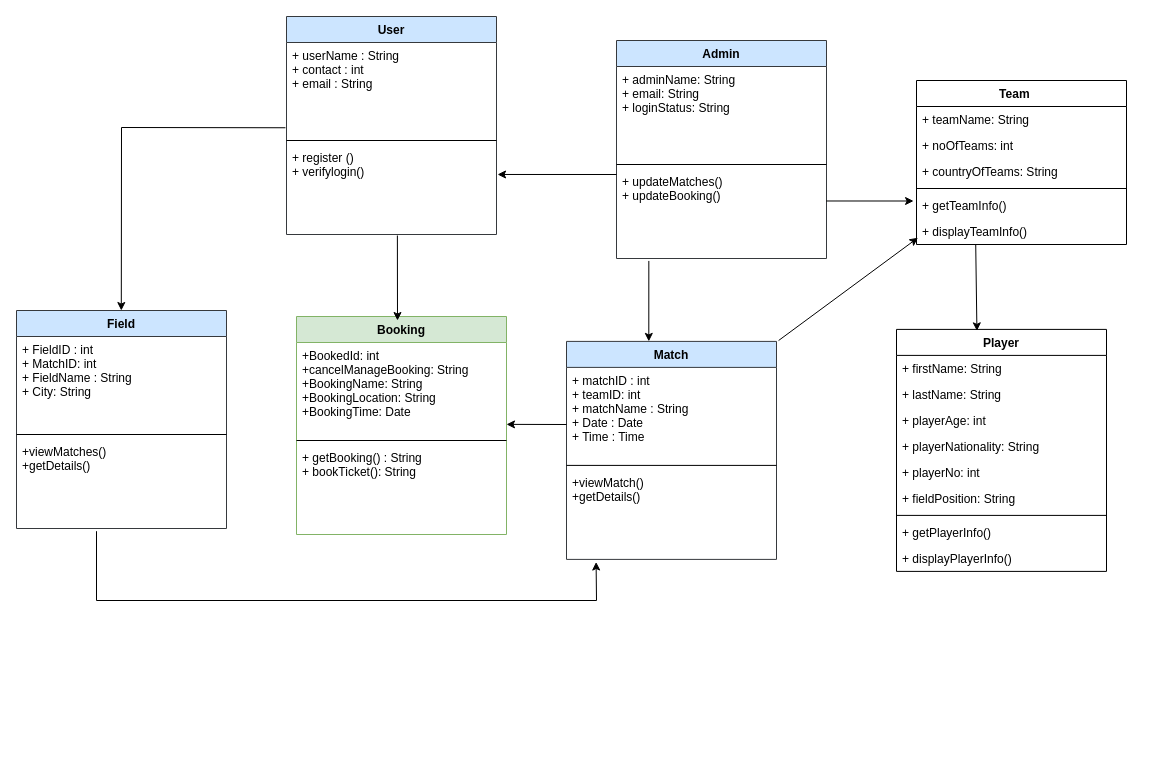
The draw.io diagram page "Use_Class_v2" (2 of 2) of SES_Class.drawio in mlvl974/SportsEventSystem, before the edit. Source tidied: cells renumbered, new cells numbered last; positions are measured from the earlier drawing's top-left corner, leaving out a move shared by most shapes. Both pictures are drawn from the tidied source at 100%, with x=0, y=0 at pixel (16, 16).
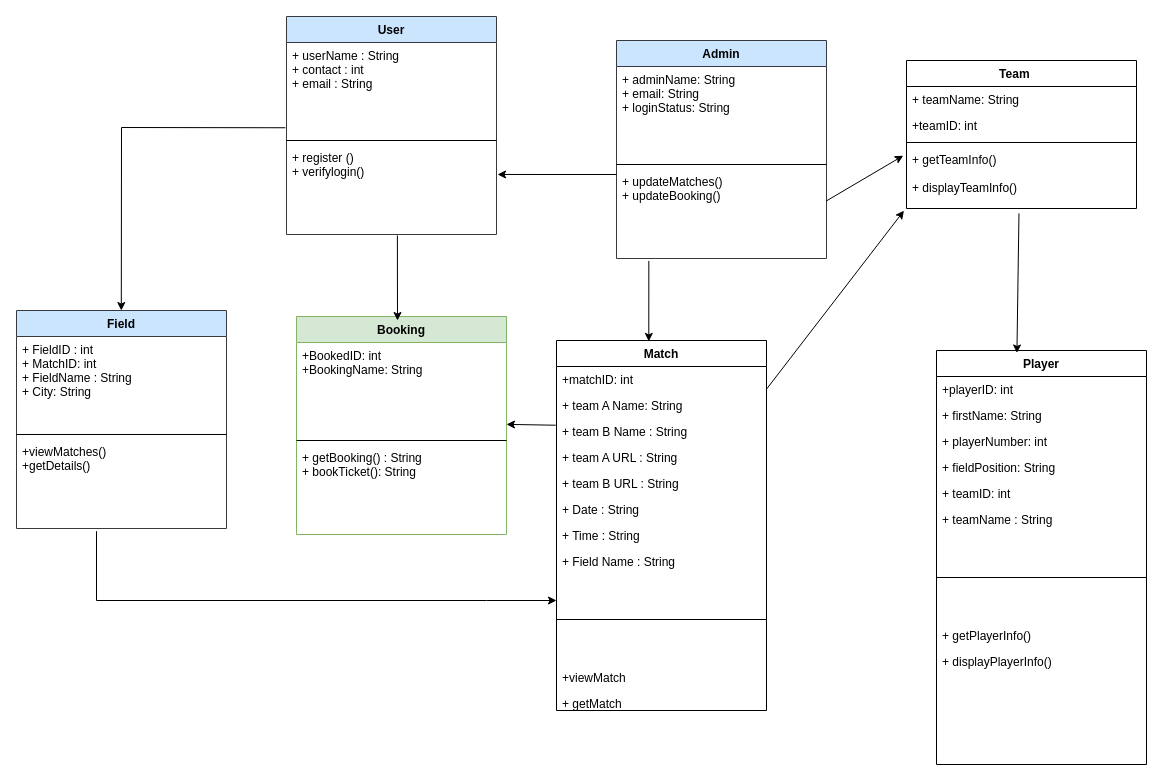
After the change.

The change refers to these unchanged cells:
```xml
<mxCell id="14" value="Booking" style="swimlane;fontStyle=1;align=center;verticalAlign=top;horizontal=1;startSize=26;fillColor=#d5e8d4;strokeColor=#82b366;" parent="1" vertex="1">
  <mxGeometry x="280" y="300" width="210" height="218" as="geometry" />
</mxCell>
<mxCell id="25" value="+viewMatches()&#10;+getDetails()" style="text;strokeColor=none;fillColor=none;align=left;verticalAlign=top;spacingLeft=4;spacingRight=4;overflow=hidden;points=[[0,0.5],[1,0.5]];portConstraint=eastwest;" parent="22" vertex="1">
  <mxGeometry y="128" width="210" height="90" as="geometry" />
</mxCell>
```

The edit, as a diff of the source:
```diff
@@
-    <mxCell id="10" value="Match" style="swimlane;fontStyle=1;align=center;verticalAlign=top;horizontal=1;startSize=26;fillColor=#cce5ff;strokeColor=#36393d;" parent="1" vertex="1">
-      <mxGeometry x="550" y="324.9" width="210" height="218" as="geometry" />
-    </mxCell>
-    <mxCell id="11" value="+ matchID : int&#10;+ teamID: int&#10;+ matchName : String&#10;+ Date : Date&#10;+ Time : Time&#10;" style="text;strokeColor=none;fillColor=none;align=left;verticalAlign=top;spacingLeft=4;spacingRight=4;overflow=hidden;" parent="10" vertex="1">
-      <mxGeometry y="26" width="210" height="94" as="geometry" />
-    </mxCell>
-    <mxCell id="12" style="line;strokeWidth=1;fillColor=none;align=left;verticalAlign=middle;spacingTop=-1;spacingLeft=3;spacingRight=3;labelPosition=right;" parent="10" vertex="1">
-      <mxGeometry y="120" width="210" height="8" as="geometry" />
-    </mxCell>
-    <mxCell id="13" value="+viewMatch()&#10;+getDetails()" style="text;strokeColor=none;fillColor=none;align=left;verticalAlign=top;spacingLeft=4;spacingRight=4;overflow=hidden;points=[[0,0.5],[1,0.5]];portConstraint=eastwest;" parent="10" vertex="1">
-      <mxGeometry y="128" width="210" height="90" as="geometry" />
-    </mxCell>
@@
-    <mxCell id="15" value="+BookedId: int&#10;+cancelManageBooking: String&#10;+BookingName: String&#10;+BookingLocation: String&#10;+BookingTime: Date&#10;" style="text;strokeColor=none;fillColor=none;align=left;verticalAlign=top;spacingLeft=4;spacingRight=4;overflow=hidden;points=[[0,0.5],[1,0.5]];portConstraint=eastwest;" parent="14" vertex="1">
+    <mxCell id="15" value="+BookedID: int&#10;+BookingName: String&#10;&#10;&#10;" style="text;strokeColor=none;fillColor=none;align=left;verticalAlign=top;spacingLeft=4;spacingRight=4;overflow=hidden;points=[[0,0.5],[1,0.5]];portConstraint=eastwest;" parent="14" vertex="1">
       <mxGeometry y="26" width="210" height="94" as="geometry" />
     </mxCell>
@@
-    <mxCell id="19" style="endArrow=classic;html=1;rounded=0;entryX=1;entryY=0.871;entryDx=0;entryDy=0;entryPerimeter=0;" parent="1" edge="1" target="15">
-      <mxGeometry relative="1" as="geometry">
-        <mxPoint x="550" y="408" as="sourcePoint" />
-      </mxGeometry>
+    <mxCell id="19" style="endArrow=classic;html=1;rounded=0;entryX=1;entryY=0.871;entryDx=0;entryDy=0;entryPerimeter=0;exitX=-0.004;exitY=0.259;exitDx=0;exitDy=0;exitPerimeter=0;" parent="1" edge="1" source="52" target="15">
+      <mxGeometry relative="1" as="geometry" />
     </mxCell>
@@
-    <mxCell id="27" style="endArrow=classic;html=1;rounded=0;entryX=0.141;entryY=1.029;entryDx=0;entryDy=0;entryPerimeter=0;exitX=0.381;exitY=1.03;exitDx=0;exitDy=0;exitPerimeter=0;" parent="1" edge="1" source="25" target="13">
+    <mxCell id="27" style="endArrow=classic;html=1;rounded=0;exitX=0.381;exitY=1.03;exitDx=0;exitDy=0;exitPerimeter=0;" parent="1" edge="1" source="25">
       <mxGeometry relative="1" as="geometry">
+        <mxPoint x="540" y="584" as="targetPoint" />
         <Array as="points">
           <mxPoint x="80" y="584" />
-          <mxPoint x="580" y="584" />
+          <mxPoint x="470" y="584" />
         </Array>
       </mxGeometry>
     </mxCell>
     <mxCell id="28" value="Player" style="swimlane;fontStyle=1;align=center;verticalAlign=top;horizontal=1;startSize=26;" parent="1" vertex="1">
-      <mxGeometry x="880" y="312.9" width="210" height="242" as="geometry" />
+      <mxGeometry x="920" y="334" width="210" height="414" as="geometry" />
     </mxCell>
+    <mxCell id="33" value="+playerID: int" style="text;strokeColor=none;fillColor=none;align=left;verticalAlign=top;spacingLeft=4;spacingRight=4;overflow=hidden;" parent="28" vertex="1">
+      <mxGeometry y="26" width="210" height="26" as="geometry" />
+    </mxCell>
     <mxCell id="29" value="+ firstName: String" style="text;strokeColor=none;fillColor=none;align=left;verticalAlign=top;spacingLeft=4;spacingRight=4;overflow=hidden;" parent="28" vertex="1">
-      <mxGeometry y="26" width="210" height="26" as="geometry" />
+      <mxGeometry y="52" width="210" height="26" as="geometry" />
     </mxCell>
-    <mxCell id="30" value="+ lastName: String" style="text;strokeColor=none;fillColor=none;align=left;verticalAlign=top;spacingLeft=4;spacingRight=4;overflow=hidden;" parent="28" vertex="1">
-      <mxGeometry y="52" width="210" height="26" as="geometry" />
-    </mxCell>
-    <mxCell id="31" value="+ playerAge: int" style="text;strokeColor=none;fillColor=none;align=left;verticalAlign=top;spacingLeft=4;spacingRight=4;overflow=hidden;" parent="28" vertex="1">
+    <mxCell id="31" value="+ playerNumber: int" style="text;strokeColor=none;fillColor=none;align=left;verticalAlign=top;spacingLeft=4;spacingRight=4;overflow=hidden;" parent="28" vertex="1">
       <mxGeometry y="78" width="210" height="26" as="geometry" />
     </mxCell>
-    <mxCell id="32" value="+ playerNationality: String" style="text;strokeColor=none;fillColor=none;align=left;verticalAlign=top;spacingLeft=4;spacingRight=4;overflow=hidden;" parent="28" vertex="1">
-      <mxGeometry y="104" width="210" height="26" as="geometry" />
-    </mxCell>
-    <mxCell id="33" value="+ playerNo: int" style="text;strokeColor=none;fillColor=none;align=left;verticalAlign=top;spacingLeft=4;spacingRight=4;overflow=hidden;" parent="28" vertex="1">
-      <mxGeometry y="130" width="210" height="26" as="geometry" />
-    </mxCell>
+    <mxCell id="48" value="+ fieldPosition: String" style="text;strokeColor=none;fillColor=none;align=left;verticalAlign=top;spacingLeft=4;spacingRight=4;overflow=hidden;" parent="28" vertex="1">
+      <mxGeometry y="104" width="210" height="26" as="geometry" />
+    </mxCell>
-    <mxCell id="34" value="+ fieldPosition: String" style="text;strokeColor=none;fillColor=none;align=left;verticalAlign=top;spacingLeft=4;spacingRight=4;overflow=hidden;" parent="28" vertex="1">
-      <mxGeometry y="156" width="210" height="26" as="geometry" />
+    <mxCell id="34" value="+ teamID: int" style="text;strokeColor=none;fillColor=none;align=left;verticalAlign=top;spacingLeft=4;spacingRight=4;overflow=hidden;" parent="28" vertex="1">
+      <mxGeometry y="130" width="210" height="26" as="geometry" />
     </mxCell>
+    <mxCell id="49" value="+ teamName : String" style="text;strokeColor=none;fillColor=none;align=left;verticalAlign=top;spacingLeft=4;spacingRight=4;overflow=hidden;" parent="28" vertex="1">
+      <mxGeometry y="156" width="210" height="26" as="geometry" />
+    </mxCell>
     <mxCell id="35" style="line;strokeWidth=1;fillColor=none;align=left;verticalAlign=middle;spacingTop=-1;spacingLeft=3;spacingRight=3;labelPosition=right;" parent="28" vertex="1">
-      <mxGeometry y="182" width="210" height="8" as="geometry" />
+      <mxGeometry y="182" width="210" height="90" as="geometry" />
     </mxCell>
     <mxCell id="36" value="+ getPlayerInfo()" style="text;strokeColor=none;fillColor=none;align=left;verticalAlign=top;spacingLeft=4;spacingRight=4;overflow=hidden;" parent="28" vertex="1">
-      <mxGeometry y="190" width="210" height="26" as="geometry" />
+      <mxGeometry y="272" width="210" height="26" as="geometry" />
     </mxCell>
     <mxCell id="37" value="+ displayPlayerInfo()" style="text;strokeColor=none;fillColor=none;align=left;verticalAlign=top;spacingLeft=4;spacingRight=4;overflow=hidden;" parent="28" vertex="1">
-      <mxGeometry y="216" width="210" height="26" as="geometry" />
+      <mxGeometry y="298" width="210" height="116" as="geometry" />
     </mxCell>
     <mxCell id="38" value="Team    " style="swimlane;fontStyle=1;align=center;verticalAlign=top;horizontal=1;startSize=26;" parent="1" vertex="1">
-      <mxGeometry x="900" y="64" width="210" height="164" as="geometry" />
+      <mxGeometry x="890" y="44" width="230" height="148" as="geometry" />
     </mxCell>
     <mxCell id="39" value="+ teamName: String" style="text;strokeColor=none;fillColor=none;align=left;verticalAlign=top;spacingLeft=4;spacingRight=4;overflow=hidden;" parent="38" vertex="1">
-      <mxGeometry y="26" width="210" height="26" as="geometry" />
+      <mxGeometry y="26" width="230" height="26" as="geometry" />
     </mxCell>
-    <mxCell id="40" value="+ noOfTeams: int" style="text;strokeColor=none;fillColor=none;align=left;verticalAlign=top;spacingLeft=4;spacingRight=4;overflow=hidden;" parent="38" vertex="1">
-      <mxGeometry y="52" width="210" height="26" as="geometry" />
+    <mxCell id="40" value="+teamID: int" style="text;strokeColor=none;fillColor=none;align=left;verticalAlign=top;spacingLeft=4;spacingRight=4;overflow=hidden;" parent="38" vertex="1">
+      <mxGeometry y="52" width="230" height="26" as="geometry" />
     </mxCell>
-    <mxCell id="41" value="+ countryOfTeams: String" style="text;strokeColor=none;fillColor=none;align=left;verticalAlign=top;spacingLeft=4;spacingRight=4;overflow=hidden;" parent="38" vertex="1">
-      <mxGeometry y="78" width="210" height="26" as="geometry" />
-    </mxCell>
     <mxCell id="42" style="line;strokeWidth=1;fillColor=none;align=left;verticalAlign=middle;spacingTop=-1;spacingLeft=3;spacingRight=3;labelPosition=right;" parent="38" vertex="1">
-      <mxGeometry y="104" width="210" height="8" as="geometry" />
+      <mxGeometry y="78" width="230" height="8" as="geometry" />
     </mxCell>
     <mxCell id="43" value="+ getTeamInfo()" style="text;strokeColor=none;fillColor=none;align=left;verticalAlign=top;spacingLeft=4;spacingRight=4;overflow=hidden;points=[[0,0.5],[1,0.5]];portConstraint=eastwest;" parent="38" vertex="1">
-      <mxGeometry y="112" width="210" height="26" as="geometry" />
+      <mxGeometry y="86" width="230" height="28" as="geometry" />
     </mxCell>
     <mxCell id="44" value="+ displayTeamInfo()" style="text;strokeColor=none;fillColor=none;align=left;verticalAlign=top;spacingLeft=4;spacingRight=4;overflow=hidden;points=[[0,0.5],[1,0.5]];portConstraint=eastwest;" parent="38" vertex="1">
-      <mxGeometry y="138" width="210" height="26" as="geometry" />
+      <mxGeometry y="114" width="230" height="34" as="geometry" />
     </mxCell>
@@
-    <mxCell id="46" style="endArrow=classic;html=1;rounded=0;exitX=0.282;exitY=1.005;exitDx=0;exitDy=0;exitPerimeter=0;entryX=0.383;entryY=0.006;entryDx=0;entryDy=0;entryPerimeter=0;" parent="1" edge="1" source="44" target="28">
+    <mxCell id="46" style="endArrow=classic;html=1;rounded=0;exitX=0.489;exitY=1.144;exitDx=0;exitDy=0;exitPerimeter=0;entryX=0.383;entryY=0.006;entryDx=0;entryDy=0;entryPerimeter=0;" parent="1" edge="1" source="44" target="28">
       <mxGeometry relative="1" as="geometry" />
     </mxCell>
-    <mxCell id="47" style="endArrow=classic;html=1;rounded=0;exitX=1.01;exitY=-0.004;exitDx=0;exitDy=0;exitPerimeter=0;entryX=0.007;entryY=0.74;entryDx=0;entryDy=0;entryPerimeter=0;" parent="1" edge="1" source="10" target="44">
+    <mxCell id="47" style="endArrow=classic;html=1;rounded=0;entryX=-0.011;entryY=1.064;entryDx=0;entryDy=0;entryPerimeter=0;" parent="1" edge="1" source="10" target="44">
       <mxGeometry relative="1" as="geometry" />
     </mxCell>
+    <mxCell id="10" value="Match" style="swimlane;fontStyle=1;align=center;verticalAlign=top;horizontal=1;startSize=26;" parent="1" vertex="1">
+      <mxGeometry x="540" y="324" width="210" height="370" as="geometry" />
+    </mxCell>
+    <mxCell id="50" value="+matchID: int" style="text;strokeColor=none;fillColor=none;align=left;verticalAlign=top;spacingLeft=4;spacingRight=4;overflow=hidden;" parent="10" vertex="1">
+      <mxGeometry y="26" width="210" height="26" as="geometry" />
+    </mxCell>
+    <mxCell id="51" value="+ team A Name: String" style="text;strokeColor=none;fillColor=none;align=left;verticalAlign=top;spacingLeft=4;spacingRight=4;overflow=hidden;" parent="10" vertex="1">
+      <mxGeometry y="52" width="210" height="26" as="geometry" />
+    </mxCell>
+    <mxCell id="52" value="+ team B Name : String" style="text;strokeColor=none;fillColor=none;align=left;verticalAlign=top;spacingLeft=4;spacingRight=4;overflow=hidden;points=[[0,0.5],[1,0.5]];portConstraint=eastwest;" parent="10" vertex="1">
+      <mxGeometry y="78" width="210" height="26" as="geometry" />
+    </mxCell>
+    <mxCell id="53" value="+ team A URL : String" style="text;strokeColor=none;fillColor=none;align=left;verticalAlign=top;spacingLeft=4;spacingRight=4;overflow=hidden;" parent="10" vertex="1">
+      <mxGeometry y="104" width="210" height="26" as="geometry" />
+    </mxCell>
+    <mxCell id="54" value="+ team B URL : String" style="text;strokeColor=none;fillColor=none;align=left;verticalAlign=top;spacingLeft=4;spacingRight=4;overflow=hidden;" parent="10" vertex="1">
+      <mxGeometry y="130" width="210" height="26" as="geometry" />
+    </mxCell>
+    <mxCell id="55" value="+ Date : String" style="text;strokeColor=none;fillColor=none;align=left;verticalAlign=top;spacingLeft=4;spacingRight=4;overflow=hidden;" parent="10" vertex="1">
+      <mxGeometry y="156" width="210" height="26" as="geometry" />
+    </mxCell>
+    <mxCell id="56" value="+ Time : String" style="text;strokeColor=none;fillColor=none;align=left;verticalAlign=top;spacingLeft=4;spacingRight=4;overflow=hidden;" parent="10" vertex="1">
+      <mxGeometry y="182" width="210" height="26" as="geometry" />
+    </mxCell>
+    <mxCell id="57" value="+ Field Name : String" style="text;strokeColor=none;fillColor=none;align=left;verticalAlign=top;spacingLeft=4;spacingRight=4;overflow=hidden;" parent="10" vertex="1">
+      <mxGeometry y="208" width="210" height="26" as="geometry" />
+    </mxCell>
+    <mxCell id="58" style="line;strokeWidth=1;fillColor=none;align=left;verticalAlign=middle;spacingTop=-1;spacingLeft=3;spacingRight=3;labelPosition=right;" parent="10" vertex="1">
+      <mxGeometry y="234" width="210" height="90" as="geometry" />
+    </mxCell>
+    <mxCell id="59" value="+viewMatch" style="text;strokeColor=none;fillColor=none;align=left;verticalAlign=top;spacingLeft=4;spacingRight=4;overflow=hidden;" parent="10" vertex="1">
+      <mxGeometry y="324" width="210" height="26" as="geometry" />
+    </mxCell>
+    <mxCell id="60" value="+ getMatch" style="text;strokeColor=none;fillColor=none;align=left;verticalAlign=top;spacingLeft=4;spacingRight=4;overflow=hidden;" parent="10" vertex="1">
+      <mxGeometry y="350" width="210" height="20" as="geometry" />
+    </mxCell>
```
